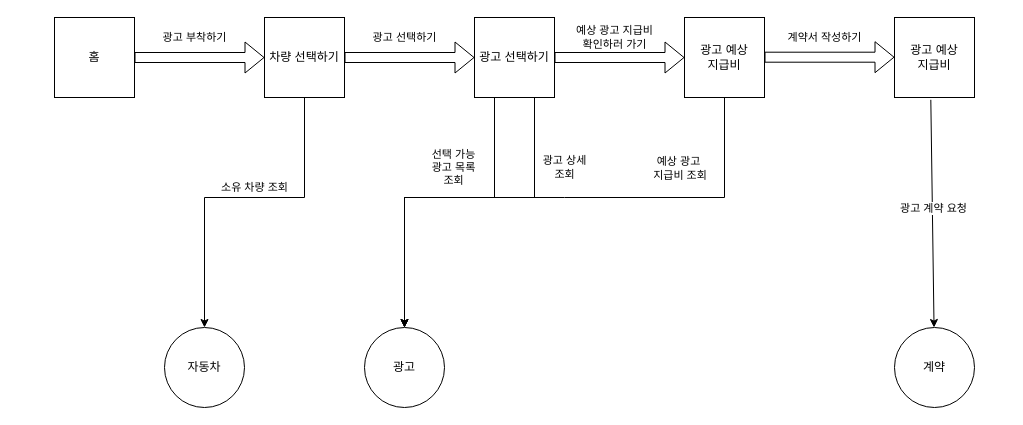
dlwlsgkdn/dlwlsgkdn.github.io keeps this draw.io diagram as sticar_광고부착하기_flow.drawio. Above is the earlier version. Source tidied: cells renumbered, new cells numbered last; positions are measured from the earlier drawing's top-left corner, leaving out a move shared by most shapes. Both pictures are drawn from the tidied source at 100%, with x=0, y=0 at pixel (54, 17).
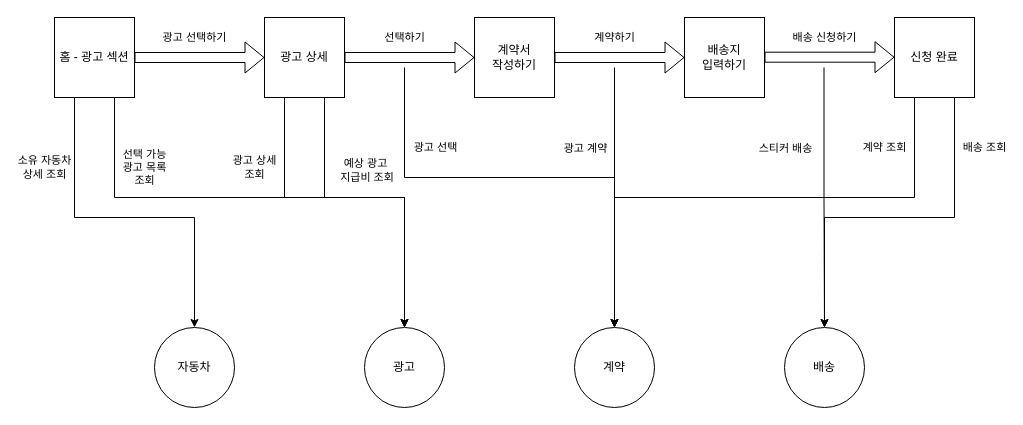
The same page after the edit.

Commit message:
sticar_광고부착하기_flow.drawio 업데이트

The change refers to these unchanged cells:
```xml
<mxCell id="9" value="광고" style="ellipse;whiteSpace=wrap;html=1;" parent="1" vertex="1">
  <mxGeometry x="310" y="310" width="80" height="80" as="geometry" />
</mxCell>
```

The edit, as a diff of the source:
```diff
@@
-    <mxCell id="2" value="홈" style="whiteSpace=wrap;html=1;" parent="1" vertex="1">
+    <mxCell id="2" value="홈 - 광고 섹션" style="whiteSpace=wrap;html=1;" parent="1" vertex="1">
       <mxGeometry width="80" height="80" as="geometry" />
     </mxCell>
-    <mxCell id="3" value="차량 선택하기" style="whiteSpace=wrap;html=1;" parent="1" vertex="1">
+    <mxCell id="3" value="광고 상세" style="whiteSpace=wrap;html=1;" parent="1" vertex="1">
       <mxGeometry x="210" width="80" height="80" as="geometry" />
     </mxCell>
     <mxCell id="4" value="자동차" style="ellipse;whiteSpace=wrap;html=1;" parent="1" vertex="1">
-      <mxGeometry x="110" y="310" width="80" height="80" as="geometry" />
+      <mxGeometry x="100" y="310" width="80" height="80" as="geometry" />
     </mxCell>
-    <mxCell id="5" value="소유 차량 조회" style="endArrow=classic;html=1;rounded=0;exitX=0.5;exitY=1;exitDx=0;exitDy=0;entryX=0.5;entryY=0;entryDx=0;entryDy=0;" parent="1" edge="1" source="3" target="4">
-      <mxGeometry x="-0.09" y="-10" relative="1" as="geometry">
-        <Array as="points">
-          <mxPoint x="250" y="180" />
-          <mxPoint x="150" y="180" />
-        </Array>
-      </mxGeometry>
-    </mxCell>
-    <mxCell id="6" value="광고 부착하기" style="shape=flexArrow;endArrow=classic;html=1;rounded=0;exitX=1;exitY=0.5;exitDx=0;exitDy=0;entryX=0;entryY=0.5;entryDx=0;entryDy=0;" parent="1" edge="1" source="2" target="3">
+    <mxCell id="6" value="광고 선택하기" style="shape=flexArrow;endArrow=classic;html=1;rounded=0;exitX=1;exitY=0.5;exitDx=0;exitDy=0;entryX=0;entryY=0.5;entryDx=0;entryDy=0;" parent="1" edge="1" source="2" target="3">
       <mxGeometry x="-0.08" y="20" relative="1" as="geometry" />
     </mxCell>
-    <mxCell id="7" value="광고 선택하기" style="whiteSpace=wrap;html=1;" parent="1" vertex="1">
+    <mxCell id="7" value="계약서 &lt;br&gt;작성하기" style="whiteSpace=wrap;html=1;" parent="1" vertex="1">
       <mxGeometry x="420" width="80" height="80" as="geometry" />
     </mxCell>
-    <mxCell id="8" value="광고 선택하기" style="shape=flexArrow;endArrow=classic;html=1;rounded=0;exitX=1;exitY=0.5;exitDx=0;exitDy=0;" parent="1" edge="1" source="3">
+    <mxCell id="8" value="선택하기" style="shape=flexArrow;endArrow=classic;html=1;rounded=0;exitX=1;exitY=0.5;exitDx=0;exitDy=0;" parent="1" edge="1" source="3">
       <mxGeometry x="-0.08" y="20" relative="1" as="geometry">
         <mxPoint x="420" y="40" as="targetPoint" />
       </mxGeometry>
     </mxCell>
@@
-    <mxCell id="10" value="선택 가능&lt;br&gt;광고 목록&lt;br&gt;조회" style="endArrow=classic;html=1;rounded=0;entryX=0.5;entryY=0;entryDx=0;entryDy=0;" parent="1" edge="1" target="9">
-      <mxGeometry x="-0.12" y="-30" relative="1" as="geometry">
-        <mxPoint x="440" y="80" as="sourcePoint" />
+    <mxCell id="10" value="선택 가능&lt;br&gt;광고 목록&lt;br&gt;조회" style="endArrow=classic;html=1;rounded=0;entryX=0.5;entryY=0;entryDx=0;entryDy=0;exitX=0.75;exitY=1;exitDx=0;exitDy=0;" parent="1" edge="1" source="2" target="9">
+      <mxGeometry x="-0.5" y="30" relative="1" as="geometry">
         <Array as="points">
-          <mxPoint x="440" y="180" />
+          <mxPoint x="60" y="180" />
           <mxPoint x="350" y="180" />
         </Array>
       </mxGeometry>
     </mxCell>
-    <mxCell id="11" value="광고 상세&lt;br&gt;조회" style="endArrow=classic;html=1;rounded=0;exitX=0.75;exitY=1;exitDx=0;exitDy=0;entryX=0.5;entryY=0;entryDx=0;entryDy=0;" parent="1" edge="1" source="7" target="9">
-      <mxGeometry x="-0.61" y="30" relative="1" as="geometry">
+    <mxCell id="11" value="광고 상세&lt;br&gt;조회" style="endArrow=classic;html=1;rounded=0;exitX=0.25;exitY=1;exitDx=0;exitDy=0;entryX=0.5;entryY=0;entryDx=0;entryDy=0;" parent="1" edge="1" source="3" target="9">
+      <mxGeometry x="-0.6" y="-30" relative="1" as="geometry">
         <Array as="points">
-          <mxPoint x="480" y="180" />
+          <mxPoint x="230" y="180" />
           <mxPoint x="350" y="180" />
         </Array>
       </mxGeometry>
     </mxCell>
-    <mxCell id="12" value="광고 예상&lt;br&gt;지급비" style="whiteSpace=wrap;html=1;" parent="1" vertex="1">
+    <mxCell id="12" value="배송지&lt;br&gt;입력하기" style="whiteSpace=wrap;html=1;" parent="1" vertex="1">
       <mxGeometry x="630" width="80" height="80" as="geometry" />
     </mxCell>
-    <mxCell id="13" value="예상 광고 지급비&lt;br&gt;확인하러 가기" style="shape=flexArrow;endArrow=classic;html=1;rounded=0;" parent="1" edge="1">
+    <mxCell id="13" value="계약하기" style="shape=flexArrow;endArrow=classic;html=1;rounded=0;" parent="1" edge="1">
       <mxGeometry x="-0.08" y="20" relative="1" as="geometry">
         <mxPoint x="500" y="40" as="sourcePoint" />
         <mxPoint x="630" y="40" as="targetPoint" />
       </mxGeometry>
     </mxCell>
-    <mxCell id="14" style="endArrow=classic;html=1;rounded=0;exitX=0.5;exitY=1;exitDx=0;exitDy=0;" parent="1" edge="1" source="12">
+    <mxCell id="14" style="endArrow=classic;html=1;rounded=0;exitX=0.75;exitY=1;exitDx=0;exitDy=0;entryX=0.5;entryY=0;entryDx=0;entryDy=0;" parent="1" edge="1" source="3" target="9">
       <mxGeometry relative="1" as="geometry">
-        <mxPoint x="350" y="310" as="targetPoint" />
         <Array as="points">
-          <mxPoint x="670" y="180" />
-          <mxPoint x="510" y="180" />
+          <mxPoint x="270" y="180" />
           <mxPoint x="350" y="180" />
         </Array>
       </mxGeometry>
     </mxCell>
     <mxCell id="15" value="예상 광고&lt;br&gt;&amp;nbsp;지급비 조회" style="edgeLabel;html=1;align=center;verticalAlign=middle;" parent="14" vertex="1">
       <mxGeometry x="-0.26" y="-1" relative="1" as="geometry">
-        <mxPoint x="57" y="-29" as="offset" />
+        <mxPoint x="25" y="-29" as="offset" />
       </mxGeometry>
     </mxCell>
-    <mxCell id="16" value="광고 예상&lt;br&gt;지급비" style="whiteSpace=wrap;html=1;" parent="1" vertex="1">
+    <mxCell id="16" value="신청 완료" style="whiteSpace=wrap;html=1;" parent="1" vertex="1">
       <mxGeometry x="840" width="80" height="80" as="geometry" />
     </mxCell>
-    <mxCell id="17" value="계약서 작성하기" style="shape=flexArrow;endArrow=classic;html=1;rounded=0;" parent="1" edge="1">
+    <mxCell id="17" value="배송 신청하기" style="shape=flexArrow;endArrow=classic;html=1;rounded=0;" parent="1" edge="1">
       <mxGeometry x="-0.08" y="20" relative="1" as="geometry">
         <mxPoint x="710" y="39.7" as="sourcePoint" />
         <mxPoint x="840" y="39.7" as="targetPoint" />
       </mxGeometry>
     </mxCell>
     <mxCell id="18" value="계약" style="ellipse;whiteSpace=wrap;html=1;" parent="1" vertex="1">
-      <mxGeometry x="840" y="310" width="80" height="80" as="geometry" />
+      <mxGeometry x="520" y="310" width="80" height="80" as="geometry" />
     </mxCell>
-    <mxCell id="19" style="endArrow=classic;html=1;rounded=0;exitX=0.454;exitY=1.029;exitDx=0;exitDy=0;exitPerimeter=0;" parent="1" edge="1" source="16" target="18">
-      <mxGeometry relative="1" as="geometry" />
+    <mxCell id="19" style="endArrow=classic;html=1;rounded=0;entryX=0.5;entryY=0;entryDx=0;entryDy=0;" parent="1" edge="1" target="18">
+      <mxGeometry relative="1" as="geometry">
+        <mxPoint x="560" y="50" as="sourcePoint" />
+        <Array as="points">
+          <mxPoint x="560" y="180" />
+        </Array>
+      </mxGeometry>
     </mxCell>
-    <mxCell id="20" value="광고 계약 요청" style="edgeLabel;html=1;align=center;verticalAlign=middle;" parent="19" vertex="1">
-      <mxGeometry x="-0.05" y="1" relative="1" as="geometry" />
+    <mxCell id="20" value="광고 계약" style="edgeLabel;html=1;align=center;verticalAlign=middle;" parent="19" vertex="1">
+      <mxGeometry x="-0.05" y="1" relative="1" as="geometry">
+        <mxPoint x="-31" y="-44" as="offset" />
+      </mxGeometry>
     </mxCell>
+    <mxCell id="21" value="소유 자동차&lt;br&gt;상세 조회" style="endArrow=classic;html=1;rounded=0;exitX=0.25;exitY=1;exitDx=0;exitDy=0;entryX=0.5;entryY=0;entryDx=0;entryDy=0;" parent="1" edge="1" source="2" target="4">
+      <mxGeometry x="-0.6" y="-30" relative="1" as="geometry">
+        <Array as="points">
+          <mxPoint x="20" y="200" />
+          <mxPoint x="140" y="200" />
+        </Array>
+      </mxGeometry>
+    </mxCell>
+    <mxCell id="22" value="배송" style="ellipse;whiteSpace=wrap;html=1;" parent="1" vertex="1">
+      <mxGeometry x="730" y="310" width="80" height="80" as="geometry" />
+    </mxCell>
+    <mxCell id="23" style="endArrow=classic;html=1;rounded=0;" parent="1" edge="1">
+      <mxGeometry relative="1" as="geometry">
+        <mxPoint x="769.5" y="50" as="sourcePoint" />
+        <mxPoint x="770" y="310" as="targetPoint" />
+        <Array as="points">
+          <mxPoint x="769.5" y="180" />
+        </Array>
+      </mxGeometry>
+    </mxCell>
+    <mxCell id="24" value="스티커 배송" style="edgeLabel;html=1;align=center;verticalAlign=middle;" parent="23" vertex="1">
+      <mxGeometry x="-0.05" y="1" relative="1" as="geometry">
+        <mxPoint x="-40" y="-44" as="offset" />
+      </mxGeometry>
+    </mxCell>
+    <mxCell id="25" value="계약 조회" style="endArrow=classic;html=1;rounded=0;exitX=0.25;exitY=1;exitDx=0;exitDy=0;entryX=0.5;entryY=0;entryDx=0;entryDy=0;" parent="1" edge="1" source="16" target="18">
+      <mxGeometry x="-0.81" y="-30" relative="1" as="geometry">
+        <Array as="points">
+          <mxPoint x="860" y="180" />
+          <mxPoint x="560" y="180" />
+        </Array>
+      </mxGeometry>
+    </mxCell>
+    <mxCell id="26" value="배송 조회" style="endArrow=classic;html=1;rounded=0;exitX=0.75;exitY=1;exitDx=0;exitDy=0;entryX=0.5;entryY=0;entryDx=0;entryDy=0;" parent="1" edge="1" source="16" target="22">
+      <mxGeometry x="-0.72" y="30" relative="1" as="geometry">
+        <Array as="points">
+          <mxPoint x="900" y="200" />
+          <mxPoint x="770" y="200" />
+        </Array>
+      </mxGeometry>
+    </mxCell>
+    <mxCell id="27" value="광고 선택" style="endArrow=classic;html=1;rounded=0;entryX=0.5;entryY=0;entryDx=0;entryDy=0;" parent="1" edge="1" target="18">
+      <mxGeometry x="-0.4" y="30" relative="1" as="geometry">
+        <mxPoint x="350" y="50" as="sourcePoint" />
+        <Array as="points">
+          <mxPoint x="350" y="160" />
+          <mxPoint x="560" y="160" />
+        </Array>
+      </mxGeometry>
+    </mxCell>
```
